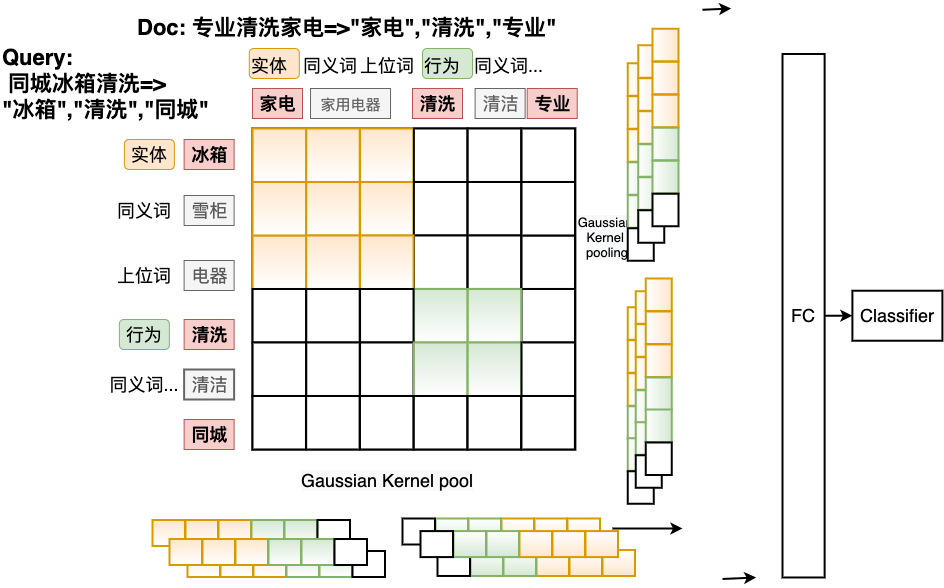
The draw.io diagram Untitled Diagram.png in gouxute/leetcode, before a commit. Source tidied: cells renumbered, new cells last; positions are measured from the earlier drawing's top-left corner, leaving out a move shared by most shapes.
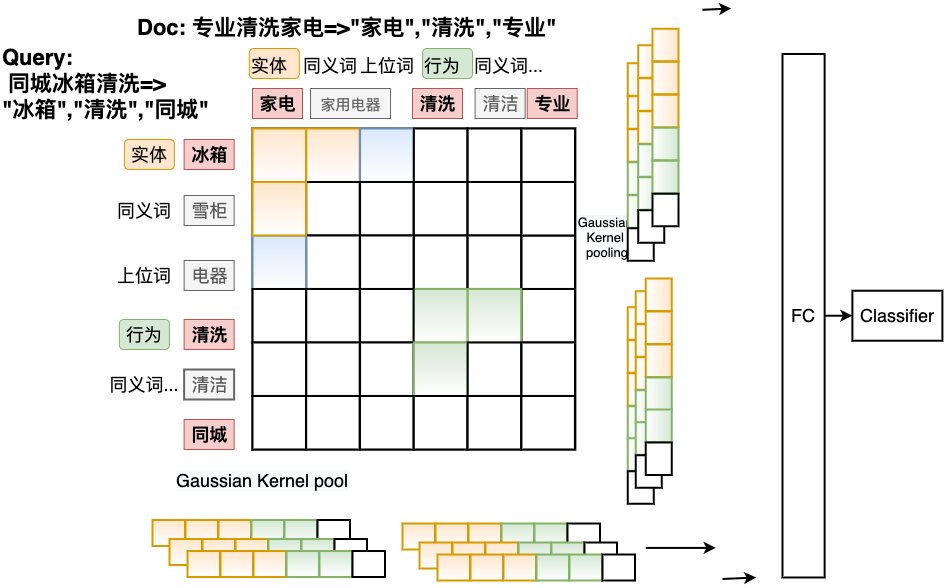
The same file after the commit.

Diff of the diagram source:
```diff
@@ -87,7 +87,7 @@
       <mxGeometry x="252" y="120" width="322.9" height="321" as="geometry" />
     </mxCell>
     <mxCell id="30" value="&lt;meta charset=&quot;utf-8&quot;&gt;&lt;span style=&quot;color: rgb(0, 0, 0); font-family: helvetica; font-size: 18px; font-style: normal; font-weight: 400; letter-spacing: normal; text-align: center; text-indent: 0px; text-transform: none; word-spacing: 0px; background-color: rgb(248, 249, 250); display: inline; float: none;&quot;&gt;Gaussian Kernel pool&lt;/span&gt;" style="text;whiteSpace=wrap;html=1;fontSize=18;strokeWidth=2;" parent="1" vertex="1">
-      <mxGeometry x="298.8" y="455.2" width="200" height="40" as="geometry" />
+      <mxGeometry x="173.9" y="455.2" width="200" height="40" as="geometry" />
     </mxCell>
     <mxCell id="31" style="endArrow=classic;html=1;fontSize=18;exitX=1;exitY=0.5;exitDx=0;exitDy=0;strokeWidth=2;" parent="1" edge="1">
       <mxGeometry x="-1213" y="852.4" as="geometry">
@@ -102,24 +102,24 @@
       </mxGeometry>
     </mxCell>
     <mxCell id="33" style="endArrow=classic;html=1;fontSize=18;strokeWidth=2;" parent="1" edge="1">
-      <mxGeometry x="-1304" y="822.4" as="geometry">
-        <mxPoint x="612" y="520" as="sourcePoint" />
-        <mxPoint x="682" y="520" as="targetPoint" />
+      <mxGeometry x="-1270.8" y="841.8" as="geometry">
+        <mxPoint x="645.2" y="539.4" as="sourcePoint" />
+        <mxPoint x="715.2" y="539.4" as="targetPoint" />
       </mxGeometry>
     </mxCell>
     <mxCell id="34" style="whiteSpace=wrap;html=1;strokeWidth=2;fillColor=#ffe6cc;strokeColor=#d79b00;glass=0;gradientColor=#ffffff;" parent="1" vertex="1">
       <mxGeometry x="305.7" y="120" width="53.5" height="53.5" as="geometry" />
     </mxCell>
-    <mxCell id="35" style="whiteSpace=wrap;html=1;strokeWidth=2;fillColor=#ffe6cc;strokeColor=#d79b00;glass=0;gradientColor=#ffffff;" parent="1" vertex="1">
+    <mxCell id="35" style="whiteSpace=wrap;html=1;strokeWidth=2;fillColor=#dae8fc;strokeColor=#6c8ebf;glass=0;gradientColor=#ffffff;" parent="1" vertex="1">
       <mxGeometry x="359.6" y="120" width="53.5" height="53.5" as="geometry" />
     </mxCell>
     <mxCell id="36" style="whiteSpace=wrap;html=1;strokeWidth=2;" parent="1" vertex="1">
       <mxGeometry x="413.4" y="120" width="53.5" height="53.5" as="geometry" />
     </mxCell>
-    <mxCell id="37" style="whiteSpace=wrap;html=1;strokeWidth=2;fillColor=#ffe6cc;strokeColor=#d79b00;glass=0;gradientColor=#ffffff;" parent="1" vertex="1">
+    <mxCell id="37" style="whiteSpace=wrap;html=1;strokeWidth=2;glass=0;" parent="1" vertex="1">
       <mxGeometry x="305.7" y="173.5" width="53.5" height="53.5" as="geometry" />
     </mxCell>
-    <mxCell id="38" style="whiteSpace=wrap;html=1;strokeWidth=2;fillColor=#ffe6cc;strokeColor=#d79b00;glass=0;gradientColor=#ffffff;" parent="1" vertex="1">
+    <mxCell id="38" style="whiteSpace=wrap;html=1;strokeWidth=2;glass=0;" parent="1" vertex="1">
       <mxGeometry x="359.6" y="173.5" width="53.5" height="53.5" as="geometry" />
     </mxCell>
     <mxCell id="39" style="whiteSpace=wrap;html=1;strokeWidth=2;" parent="1" vertex="1">
@@ -128,10 +128,10 @@
     <mxCell id="40" style="whiteSpace=wrap;html=1;strokeWidth=2;" parent="1" vertex="1">
       <mxGeometry x="413.4" y="227" width="53.5" height="53.5" as="geometry" />
     </mxCell>
-    <mxCell id="41" style="whiteSpace=wrap;html=1;strokeWidth=2;fillColor=#ffe6cc;strokeColor=#d79b00;glass=0;gradientColor=#ffffff;" parent="1" vertex="1">
+    <mxCell id="41" style="whiteSpace=wrap;html=1;strokeWidth=2;glass=0;" parent="1" vertex="1">
       <mxGeometry x="359.6" y="227" width="53.5" height="53.5" as="geometry" />
     </mxCell>
-    <mxCell id="42" style="whiteSpace=wrap;html=1;strokeWidth=2;fillColor=#ffe6cc;strokeColor=#d79b00;glass=0;gradientColor=#ffffff;" parent="1" vertex="1">
+    <mxCell id="42" style="whiteSpace=wrap;html=1;strokeWidth=2;glass=0;" parent="1" vertex="1">
       <mxGeometry x="305.7" y="227" width="53.5" height="53.5" as="geometry" />
     </mxCell>
     <mxCell id="43" style="whiteSpace=wrap;html=1;strokeWidth=2;" parent="1" vertex="1">
@@ -170,7 +170,7 @@
     <mxCell id="54" style="whiteSpace=wrap;html=1;strokeWidth=2;fillColor=#d5e8d4;strokeColor=#82b366;gradientColor=#ffffff;" parent="1" vertex="1">
       <mxGeometry x="413.4" y="334" width="53.5" height="53.5" as="geometry" />
     </mxCell>
-    <mxCell id="55" style="whiteSpace=wrap;html=1;strokeWidth=2;fillColor=#d5e8d4;strokeColor=#82b366;gradientColor=#ffffff;" parent="1" vertex="1">
+    <mxCell id="55" style="whiteSpace=wrap;html=1;strokeWidth=2;" parent="1" vertex="1">
       <mxGeometry x="467.2" y="334" width="53.5" height="53.5" as="geometry" />
     </mxCell>
     <mxCell id="56" style="whiteSpace=wrap;html=1;strokeWidth=2;" parent="1" vertex="1">
@@ -182,7 +182,7 @@
     <mxCell id="58" style="whiteSpace=wrap;html=1;strokeWidth=2;" parent="1" vertex="1">
       <mxGeometry x="521" y="120" width="53.5" height="53.5" as="geometry" />
     </mxCell>
-    <mxCell id="59" style="whiteSpace=wrap;html=1;strokeWidth=2;fillColor=#ffe6cc;strokeColor=#d79b00;glass=0;gradientColor=#ffffff;" parent="1" vertex="1">
+    <mxCell id="59" style="whiteSpace=wrap;html=1;strokeWidth=2;fillColor=#dae8fc;strokeColor=#6c8ebf;glass=0;gradientColor=#ffffff;" parent="1" vertex="1">
       <mxGeometry x="252.1" y="227" width="53.5" height="53.5" as="geometry" />
     </mxCell>
     <mxCell id="60" style="whiteSpace=wrap;html=1;strokeWidth=2;" parent="1" vertex="1">
@@ -341,119 +341,119 @@
     <mxCell id="111" style="whiteSpace=wrap;html=1;strokeWidth=2;fillColor=#ffe6cc;strokeColor=#d79b00;gradientColor=#ffffff;rotation=90;" parent="105" vertex="1">
       <mxGeometry x="-3.2" y="3.2" width="32.5" height="26" as="geometry" />
     </mxCell>
-    <mxCell id="112" style="group;rotation=-180;" parent="1" vertex="1">
-      <mxGeometry x="152" y="511.5" width="232.5" height="57.5" as="geometry" />
-    </mxCell>
-    <mxCell id="113" style="whiteSpace=wrap;html=1;strokeWidth=2;fillColor=#ffe6cc;strokeColor=#d79b00;gradientColor=#ffffff;rotation=0;" parent="112" vertex="1">
-      <mxGeometry x="68" y="31" width="32.5" height="26" as="geometry" />
-    </mxCell>
-    <mxCell id="114" style="whiteSpace=wrap;html=1;strokeWidth=2;fillColor=#ffe6cc;strokeColor=#d79b00;gradientColor=#ffffff;rotation=0;" parent="112" vertex="1">
-      <mxGeometry x="101" y="31" width="32.5" height="26" as="geometry" />
-    </mxCell>
-    <mxCell id="115" style="whiteSpace=wrap;html=1;strokeWidth=2;fillColor=#d5e8d4;strokeColor=#82b366;gradientColor=#ffffff;rotation=0;" parent="112" vertex="1">
-      <mxGeometry x="134" y="31" width="32.5" height="26" as="geometry" />
-    </mxCell>
-    <mxCell id="116" style="whiteSpace=wrap;html=1;strokeWidth=2;fillColor=#d5e8d4;strokeColor=#82b366;gradientColor=#ffffff;rotation=0;" parent="112" vertex="1">
-      <mxGeometry x="167" y="31" width="32.5" height="26" as="geometry" />
-    </mxCell>
-    <mxCell id="117" style="whiteSpace=wrap;html=1;strokeWidth=2;rotation=0;" parent="112" vertex="1">
-      <mxGeometry x="200" y="31" width="32.5" height="26" as="geometry" />
-    </mxCell>
-    <mxCell id="118" style="whiteSpace=wrap;html=1;strokeWidth=2;fillColor=#ffe6cc;strokeColor=#d79b00;gradientColor=#ffffff;rotation=0;" parent="112" vertex="1">
-      <mxGeometry x="35" y="31" width="32.5" height="26" as="geometry" />
-    </mxCell>
+    <mxCell id="150" style="group;" parent="1" vertex="1">
+      <mxGeometry x="152" y="511.5" width="232.5" height="57" as="geometry" />
+    </mxCell>
-    <mxCell id="119" style="whiteSpace=wrap;html=1;strokeWidth=2;fillColor=#ffe6cc;strokeColor=#d79b00;gradientColor=#ffffff;rotation=0;" parent="112" vertex="1">
+    <mxCell id="119" style="whiteSpace=wrap;html=1;strokeWidth=2;fillColor=#ffe6cc;strokeColor=#d79b00;gradientColor=#ffffff;rotation=0;" parent="150" vertex="1">
       <mxGeometry x="33" width="32.5" height="26" as="geometry" />
     </mxCell>
-    <mxCell id="120" style="whiteSpace=wrap;html=1;strokeWidth=2;fillColor=#ffe6cc;strokeColor=#d79b00;gradientColor=#ffffff;rotation=0;" parent="112" vertex="1">
+    <mxCell id="120" style="whiteSpace=wrap;html=1;strokeWidth=2;fillColor=#ffe6cc;strokeColor=#d79b00;gradientColor=#ffffff;rotation=0;" parent="150" vertex="1">
       <mxGeometry x="66" width="32.5" height="26" as="geometry" />
     </mxCell>
-    <mxCell id="121" style="whiteSpace=wrap;html=1;strokeWidth=2;fillColor=#d5e8d4;strokeColor=#82b366;gradientColor=#ffffff;rotation=0;" parent="112" vertex="1">
+    <mxCell id="121" style="whiteSpace=wrap;html=1;strokeWidth=2;fillColor=#d5e8d4;strokeColor=#82b366;gradientColor=#ffffff;rotation=0;" parent="150" vertex="1">
       <mxGeometry x="99" width="32.5" height="26" as="geometry" />
     </mxCell>
-    <mxCell id="122" style="whiteSpace=wrap;html=1;strokeWidth=2;fillColor=#d5e8d4;strokeColor=#82b366;gradientColor=#ffffff;rotation=0;" parent="112" vertex="1">
+    <mxCell id="122" style="whiteSpace=wrap;html=1;strokeWidth=2;fillColor=#d5e8d4;strokeColor=#82b366;gradientColor=#ffffff;rotation=0;" parent="150" vertex="1">
       <mxGeometry x="132" width="32.5" height="26" as="geometry" />
     </mxCell>
-    <mxCell id="123" style="whiteSpace=wrap;html=1;strokeWidth=2;rotation=0;" parent="112" vertex="1">
+    <mxCell id="123" style="whiteSpace=wrap;html=1;strokeWidth=2;rotation=0;" parent="150" vertex="1">
       <mxGeometry x="165" width="32.5" height="26" as="geometry" />
     </mxCell>
-    <mxCell id="124" style="whiteSpace=wrap;html=1;strokeWidth=2;fillColor=#ffe6cc;strokeColor=#d79b00;gradientColor=#ffffff;rotation=0;" parent="112" vertex="1">
+    <mxCell id="124" style="whiteSpace=wrap;html=1;strokeWidth=2;fillColor=#ffe6cc;strokeColor=#d79b00;gradientColor=#ffffff;rotation=0;" parent="150" vertex="1">
       <mxGeometry width="32.5" height="26" as="geometry" />
     </mxCell>
-    <mxCell id="125" style="whiteSpace=wrap;html=1;strokeWidth=2;fillColor=#ffe6cc;strokeColor=#d79b00;gradientColor=#ffffff;rotation=0;" parent="112" vertex="1">
+    <mxCell id="125" style="whiteSpace=wrap;html=1;strokeWidth=2;fillColor=#ffe6cc;strokeColor=#d79b00;gradientColor=#ffffff;rotation=0;" parent="150" vertex="1">
       <mxGeometry x="50" y="19" width="32.5" height="26" as="geometry" />
     </mxCell>
-    <mxCell id="126" style="whiteSpace=wrap;html=1;strokeWidth=2;fillColor=#ffe6cc;strokeColor=#d79b00;gradientColor=#ffffff;rotation=0;" parent="112" vertex="1">
+    <mxCell id="126" style="whiteSpace=wrap;html=1;strokeWidth=2;fillColor=#ffe6cc;strokeColor=#d79b00;gradientColor=#ffffff;rotation=0;" parent="150" vertex="1">
       <mxGeometry x="83" y="19" width="32.5" height="26" as="geometry" />
     </mxCell>
-    <mxCell id="127" style="whiteSpace=wrap;html=1;strokeWidth=2;fillColor=#d5e8d4;strokeColor=#82b366;gradientColor=#ffffff;rotation=0;" parent="112" vertex="1">
+    <mxCell id="127" style="whiteSpace=wrap;html=1;strokeWidth=2;fillColor=#d5e8d4;strokeColor=#82b366;gradientColor=#ffffff;rotation=0;" parent="150" vertex="1">
       <mxGeometry x="116" y="19" width="32.5" height="26" as="geometry" />
     </mxCell>
-    <mxCell id="128" style="whiteSpace=wrap;html=1;strokeWidth=2;fillColor=#d5e8d4;strokeColor=#82b366;gradientColor=#ffffff;rotation=0;" parent="112" vertex="1">
+    <mxCell id="128" style="whiteSpace=wrap;html=1;strokeWidth=2;fillColor=#d5e8d4;strokeColor=#82b366;gradientColor=#ffffff;rotation=0;" parent="150" vertex="1">
       <mxGeometry x="149" y="19" width="32.5" height="26" as="geometry" />
     </mxCell>
-    <mxCell id="129" style="whiteSpace=wrap;html=1;strokeWidth=2;rotation=0;" parent="112" vertex="1">
+    <mxCell id="129" style="whiteSpace=wrap;html=1;strokeWidth=2;rotation=0;" parent="150" vertex="1">
       <mxGeometry x="182" y="19" width="32.5" height="26" as="geometry" />
     </mxCell>
-    <mxCell id="130" style="whiteSpace=wrap;html=1;strokeWidth=2;fillColor=#ffe6cc;strokeColor=#d79b00;gradientColor=#ffffff;rotation=0;" parent="112" vertex="1">
+    <mxCell id="130" style="whiteSpace=wrap;html=1;strokeWidth=2;fillColor=#ffe6cc;strokeColor=#d79b00;gradientColor=#ffffff;rotation=0;" parent="150" vertex="1">
       <mxGeometry x="17" y="19" width="32.5" height="26" as="geometry" />
     </mxCell>
-    <mxCell id="131" style="group;" parent="1" vertex="1">
-      <mxGeometry x="402" y="510" width="232.5" height="57.5" as="geometry" />
-    </mxCell>
-    <mxCell id="132" style="whiteSpace=wrap;html=1;strokeWidth=2;fillColor=#ffe6cc;strokeColor=#d79b00;gradientColor=#ffffff;rotation=180;" parent="131" vertex="1">
-      <mxGeometry x="132" width="32.5" height="26" as="geometry" />
-    </mxCell>
-    <mxCell id="133" style="whiteSpace=wrap;html=1;strokeWidth=2;fillColor=#ffe6cc;strokeColor=#d79b00;gradientColor=#ffffff;rotation=180;" parent="131" vertex="1">
-      <mxGeometry x="99" width="32.5" height="26" as="geometry" />
-    </mxCell>
-    <mxCell id="134" style="whiteSpace=wrap;html=1;strokeWidth=2;fillColor=#d5e8d4;strokeColor=#82b366;gradientColor=#ffffff;rotation=180;" parent="131" vertex="1">
-      <mxGeometry x="66" width="32.5" height="26" as="geometry" />
-    </mxCell>
-    <mxCell id="135" style="whiteSpace=wrap;html=1;strokeWidth=2;fillColor=#d5e8d4;strokeColor=#82b366;gradientColor=#ffffff;rotation=180;" parent="131" vertex="1">
-      <mxGeometry x="33" width="32.5" height="26" as="geometry" />
-    </mxCell>
-    <mxCell id="136" style="whiteSpace=wrap;html=1;strokeWidth=2;rotation=180;" parent="131" vertex="1">
-      <mxGeometry width="32.5" height="26" as="geometry" />
-    </mxCell>
-    <mxCell id="137" style="whiteSpace=wrap;html=1;strokeWidth=2;fillColor=#ffe6cc;strokeColor=#d79b00;gradientColor=#ffffff;rotation=180;" parent="131" vertex="1">
-      <mxGeometry x="165" width="32.5" height="26" as="geometry" />
-    </mxCell>
-    <mxCell id="138" style="whiteSpace=wrap;html=1;strokeWidth=2;fillColor=#ffe6cc;strokeColor=#d79b00;gradientColor=#ffffff;rotation=180;" parent="131" vertex="1">
-      <mxGeometry x="167" y="31.5" width="32.5" height="26" as="geometry" />
-    </mxCell>
-    <mxCell id="139" style="whiteSpace=wrap;html=1;strokeWidth=2;fillColor=#ffe6cc;strokeColor=#d79b00;gradientColor=#ffffff;rotation=180;" parent="131" vertex="1">
-      <mxGeometry x="134" y="31.5" width="32.5" height="26" as="geometry" />
-    </mxCell>
-    <mxCell id="140" style="whiteSpace=wrap;html=1;strokeWidth=2;fillColor=#d5e8d4;strokeColor=#82b366;gradientColor=#ffffff;rotation=180;" parent="131" vertex="1">
-      <mxGeometry x="101" y="31.5" width="32.5" height="26" as="geometry" />
-    </mxCell>
-    <mxCell id="141" style="whiteSpace=wrap;html=1;strokeWidth=2;fillColor=#d5e8d4;strokeColor=#82b366;gradientColor=#ffffff;rotation=180;" parent="131" vertex="1">
-      <mxGeometry x="68" y="31.5" width="32.5" height="26" as="geometry" />
-    </mxCell>
-    <mxCell id="142" style="whiteSpace=wrap;html=1;strokeWidth=2;rotation=180;" parent="131" vertex="1">
-      <mxGeometry x="35" y="31.5" width="32.5" height="26" as="geometry" />
-    </mxCell>
-    <mxCell id="143" style="whiteSpace=wrap;html=1;strokeWidth=2;fillColor=#ffe6cc;strokeColor=#d79b00;gradientColor=#ffffff;rotation=180;" parent="131" vertex="1">
-      <mxGeometry x="200" y="31.5" width="32.5" height="26" as="geometry" />
-    </mxCell>
-    <mxCell id="144" style="whiteSpace=wrap;html=1;strokeWidth=2;fillColor=#ffe6cc;strokeColor=#d79b00;gradientColor=#ffffff;rotation=180;" parent="131" vertex="1">
-      <mxGeometry x="150" y="12.6" width="32.5" height="26" as="geometry" />
-    </mxCell>
-    <mxCell id="145" style="whiteSpace=wrap;html=1;strokeWidth=2;fillColor=#ffe6cc;strokeColor=#d79b00;gradientColor=#ffffff;rotation=180;" parent="131" vertex="1">
-      <mxGeometry x="117" y="12.6" width="32.5" height="26" as="geometry" />
-    </mxCell>
-    <mxCell id="146" style="whiteSpace=wrap;html=1;strokeWidth=2;fillColor=#d5e8d4;strokeColor=#82b366;gradientColor=#ffffff;rotation=180;" parent="131" vertex="1">
-      <mxGeometry x="84" y="12.6" width="32.5" height="26" as="geometry" />
-    </mxCell>
-    <mxCell id="147" style="whiteSpace=wrap;html=1;strokeWidth=2;fillColor=#d5e8d4;strokeColor=#82b366;gradientColor=#ffffff;rotation=180;" parent="131" vertex="1">
-      <mxGeometry x="51" y="12.6" width="32.5" height="26" as="geometry" />
-    </mxCell>
-    <mxCell id="148" style="whiteSpace=wrap;html=1;strokeWidth=2;rotation=180;" parent="131" vertex="1">
-      <mxGeometry x="18" y="12.6" width="32.5" height="26" as="geometry" />
-    </mxCell>
-    <mxCell id="149" style="whiteSpace=wrap;html=1;strokeWidth=2;fillColor=#ffe6cc;strokeColor=#d79b00;gradientColor=#ffffff;rotation=180;" parent="131" vertex="1">
-      <mxGeometry x="183" y="12.6" width="32.5" height="26" as="geometry" />
-    </mxCell>
+    <mxCell id="113" style="whiteSpace=wrap;html=1;strokeWidth=2;fillColor=#ffe6cc;strokeColor=#d79b00;gradientColor=#ffffff;rotation=0;" parent="150" vertex="1">
+      <mxGeometry x="68" y="31" width="32.5" height="26" as="geometry" />
+    </mxCell>
+    <mxCell id="114" style="whiteSpace=wrap;html=1;strokeWidth=2;fillColor=#ffe6cc;strokeColor=#d79b00;gradientColor=#ffffff;rotation=0;" parent="150" vertex="1">
+      <mxGeometry x="101" y="31" width="32.5" height="26" as="geometry" />
+    </mxCell>
+    <mxCell id="115" style="whiteSpace=wrap;html=1;strokeWidth=2;fillColor=#d5e8d4;strokeColor=#82b366;gradientColor=#ffffff;rotation=0;" parent="150" vertex="1">
+      <mxGeometry x="134" y="31" width="32.5" height="26" as="geometry" />
+    </mxCell>
+    <mxCell id="116" style="whiteSpace=wrap;html=1;strokeWidth=2;fillColor=#d5e8d4;strokeColor=#82b366;gradientColor=#ffffff;rotation=0;" parent="150" vertex="1">
+      <mxGeometry x="167" y="31" width="32.5" height="26" as="geometry" />
+    </mxCell>
+    <mxCell id="117" style="whiteSpace=wrap;html=1;strokeWidth=2;rotation=0;" parent="150" vertex="1">
+      <mxGeometry x="200" y="31" width="32.5" height="26" as="geometry" />
+    </mxCell>
+    <mxCell id="118" style="whiteSpace=wrap;html=1;strokeWidth=2;fillColor=#ffe6cc;strokeColor=#d79b00;gradientColor=#ffffff;rotation=0;" parent="150" vertex="1">
+      <mxGeometry x="35" y="31" width="32.5" height="26" as="geometry" />
+    </mxCell>
+    <mxCell id="151" style="group;" parent="1" vertex="1">
+      <mxGeometry x="402" y="515" width="232.5" height="57" as="geometry" />
+    </mxCell>
+    <mxCell id="152" style="whiteSpace=wrap;html=1;strokeWidth=2;fillColor=#ffe6cc;strokeColor=#d79b00;gradientColor=#ffffff;rotation=0;" parent="151" vertex="1">
+      <mxGeometry x="33" width="32.5" height="26" as="geometry" />
+    </mxCell>
+    <mxCell id="153" style="whiteSpace=wrap;html=1;strokeWidth=2;fillColor=#ffe6cc;strokeColor=#d79b00;gradientColor=#ffffff;rotation=0;" parent="151" vertex="1">
+      <mxGeometry x="66" width="32.5" height="26" as="geometry" />
+    </mxCell>
+    <mxCell id="154" style="whiteSpace=wrap;html=1;strokeWidth=2;fillColor=#d5e8d4;strokeColor=#82b366;gradientColor=#ffffff;rotation=0;" parent="151" vertex="1">
+      <mxGeometry x="99" width="32.5" height="26" as="geometry" />
+    </mxCell>
+    <mxCell id="155" style="whiteSpace=wrap;html=1;strokeWidth=2;fillColor=#d5e8d4;strokeColor=#82b366;gradientColor=#ffffff;rotation=0;" parent="151" vertex="1">
+      <mxGeometry x="132" width="32.5" height="26" as="geometry" />
+    </mxCell>
+    <mxCell id="156" style="whiteSpace=wrap;html=1;strokeWidth=2;rotation=0;" parent="151" vertex="1">
+      <mxGeometry x="165" width="32.5" height="26" as="geometry" />
+    </mxCell>
+    <mxCell id="157" style="whiteSpace=wrap;html=1;strokeWidth=2;fillColor=#ffe6cc;strokeColor=#d79b00;gradientColor=#ffffff;rotation=0;" parent="151" vertex="1">
+      <mxGeometry width="32.5" height="26" as="geometry" />
+    </mxCell>
+    <mxCell id="158" style="whiteSpace=wrap;html=1;strokeWidth=2;fillColor=#ffe6cc;strokeColor=#d79b00;gradientColor=#ffffff;rotation=0;" parent="151" vertex="1">
+      <mxGeometry x="50" y="19" width="32.5" height="26" as="geometry" />
+    </mxCell>
+    <mxCell id="159" style="whiteSpace=wrap;html=1;strokeWidth=2;fillColor=#ffe6cc;strokeColor=#d79b00;gradientColor=#ffffff;rotation=0;" parent="151" vertex="1">
+      <mxGeometry x="83" y="19" width="32.5" height="26" as="geometry" />
+    </mxCell>
+    <mxCell id="160" style="whiteSpace=wrap;html=1;strokeWidth=2;fillColor=#d5e8d4;strokeColor=#82b366;gradientColor=#ffffff;rotation=0;" parent="151" vertex="1">
+      <mxGeometry x="116" y="19" width="32.5" height="26" as="geometry" />
+    </mxCell>
+    <mxCell id="161" style="whiteSpace=wrap;html=1;strokeWidth=2;fillColor=#d5e8d4;strokeColor=#82b366;gradientColor=#ffffff;rotation=0;" parent="151" vertex="1">
+      <mxGeometry x="149" y="19" width="32.5" height="26" as="geometry" />
+    </mxCell>
+    <mxCell id="162" style="whiteSpace=wrap;html=1;strokeWidth=2;rotation=0;" parent="151" vertex="1">
+      <mxGeometry x="182" y="19" width="32.5" height="26" as="geometry" />
+    </mxCell>
+    <mxCell id="163" style="whiteSpace=wrap;html=1;strokeWidth=2;fillColor=#ffe6cc;strokeColor=#d79b00;gradientColor=#ffffff;rotation=0;" parent="151" vertex="1">
+      <mxGeometry x="17" y="19" width="32.5" height="26" as="geometry" />
+    </mxCell>
+    <mxCell id="164" style="whiteSpace=wrap;html=1;strokeWidth=2;fillColor=#ffe6cc;strokeColor=#d79b00;gradientColor=#ffffff;rotation=0;" parent="151" vertex="1">
+      <mxGeometry x="68" y="31" width="32.5" height="26" as="geometry" />
+    </mxCell>
+    <mxCell id="165" style="whiteSpace=wrap;html=1;strokeWidth=2;fillColor=#ffe6cc;strokeColor=#d79b00;gradientColor=#ffffff;rotation=0;" parent="151" vertex="1">
+      <mxGeometry x="101" y="31" width="32.5" height="26" as="geometry" />
+    </mxCell>
+    <mxCell id="166" style="whiteSpace=wrap;html=1;strokeWidth=2;fillColor=#d5e8d4;strokeColor=#82b366;gradientColor=#ffffff;rotation=0;" parent="151" vertex="1">
+      <mxGeometry x="134" y="31" width="32.5" height="26" as="geometry" />
+    </mxCell>
+    <mxCell id="167" style="whiteSpace=wrap;html=1;strokeWidth=2;fillColor=#d5e8d4;strokeColor=#82b366;gradientColor=#ffffff;rotation=0;" parent="151" vertex="1">
+      <mxGeometry x="167" y="31" width="32.5" height="26" as="geometry" />
+    </mxCell>
+    <mxCell id="168" style="whiteSpace=wrap;html=1;strokeWidth=2;rotation=0;" parent="151" vertex="1">
+      <mxGeometry x="200" y="31" width="32.5" height="26" as="geometry" />
+    </mxCell>
+    <mxCell id="169" style="whiteSpace=wrap;html=1;strokeWidth=2;fillColor=#ffe6cc;strokeColor=#d79b00;gradientColor=#ffffff;rotation=0;" parent="151" vertex="1">
+      <mxGeometry x="35" y="31" width="32.5" height="26" as="geometry" />
+    </mxCell>
   </root>
 </mxGraphModel>
```
